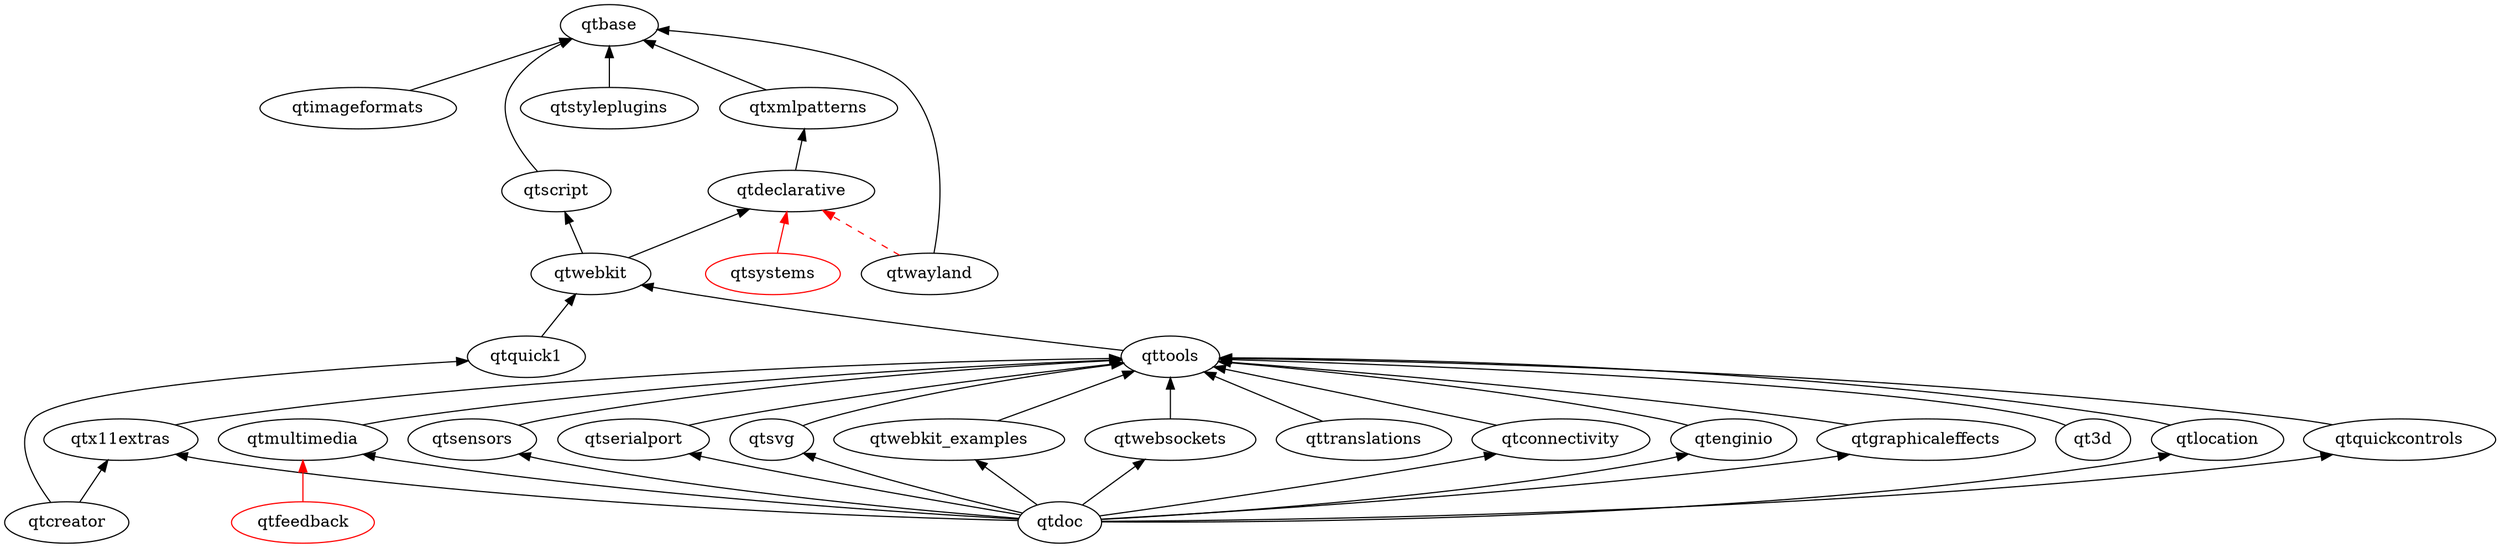
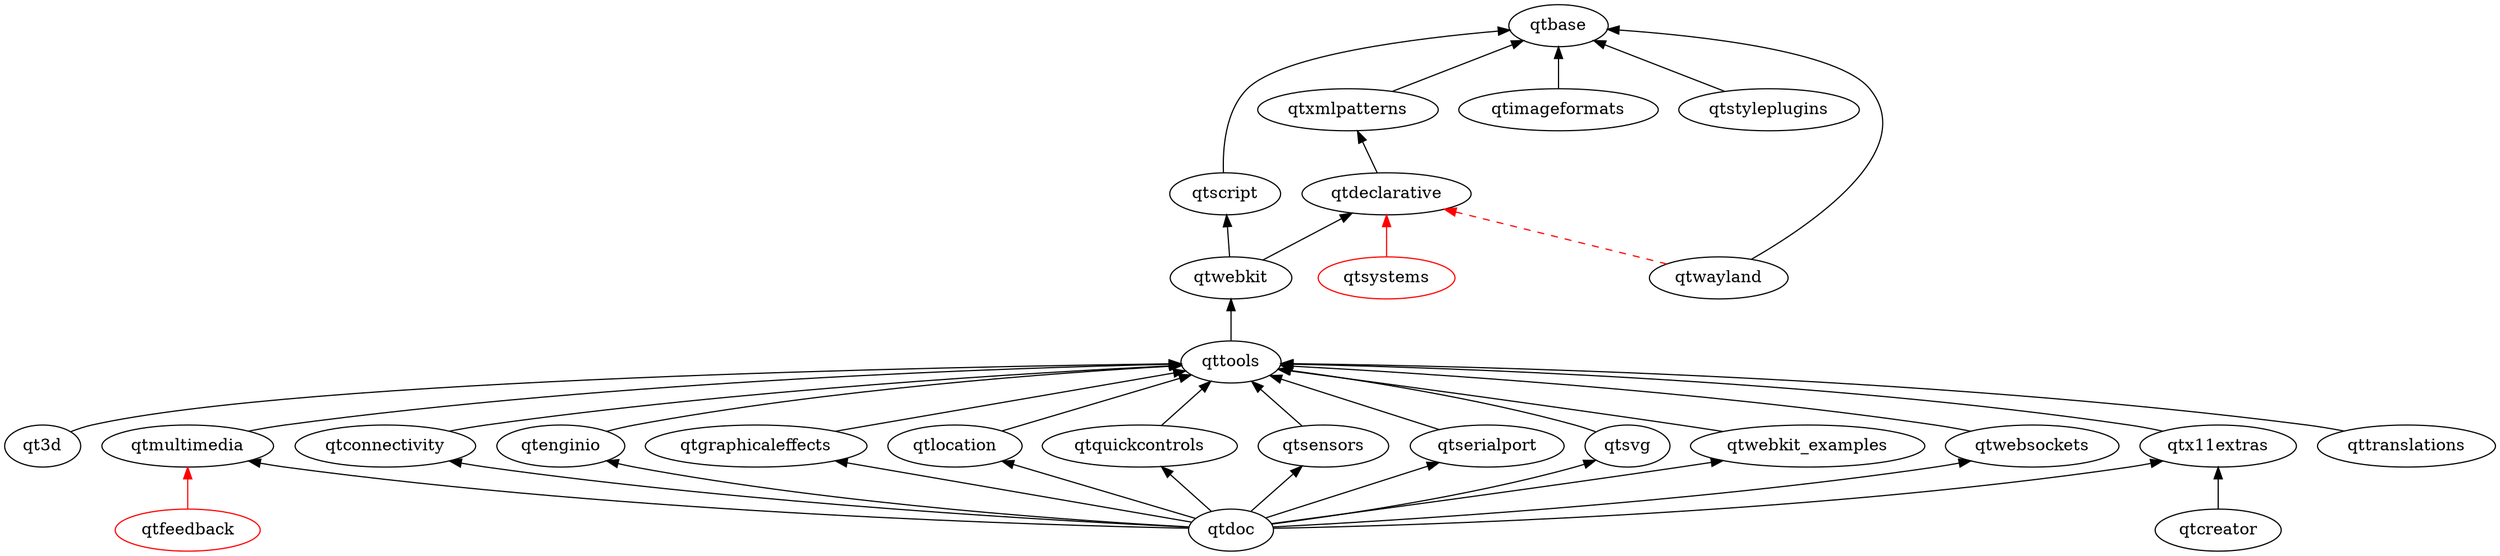
digraph qt5 {
  graph [
    rankdir = "BT"
  ]

  qt3d
  qtbase
  qtconnectivity
  qtcreator
  qtdeclarative
  qtdoc
  qtenginio
  qtfeedback [ color = red ]
  qtgraphicaleffects
  qtimageformats
  qtlocation
  qtmultimedia
-   qtquick1
  qtquickcontrols
  qtscript
  qtsensors
  qtserialport
  qtstyleplugins
  qtsvg
  qtsystems [ color = red ]
  qttools
  qttranslations
  qtwayland
  qtwebkit
  qtwebkit_examples
  qtwebsockets
  qtx11extras
  qtxmlpatterns

  qt3d -> qttools
  qtconnectivity -> qttools
  qtcreator -> qtx11extras
-   qtcreator -> qtquick1
  qtdeclarative -> qtxmlpatterns
  qtdoc -> qtgraphicaleffects
  qtdoc -> qtmultimedia
  qtdoc -> qtlocation
  qtdoc -> qtquickcontrols
  qtdoc -> qtsensors
  qtdoc -> qtserialport
  qtdoc -> qtsvg
  qtdoc -> qtx11extras
  qtdoc -> qtwebkit_examples
  qtdoc -> qtwebsockets
  qtdoc -> qtconnectivity
  qtdoc -> qtenginio
  qtenginio -> qttools
  qtgraphicaleffects -> qttools
  qtimageformats -> qtbase
  qtmultimedia -> qttools
-   qtquick1 -> qtwebkit
  qtquickcontrols -> qttools
  qtsensors -> qttools
  qtserialport -> qttools
  qtscript -> qtbase
  qtstyleplugins -> qtbase
  qtsvg -> qttools
  qttools -> qtwebkit
  qttranslations -> qttools
  qtwayland -> qtbase
  qtwebkit -> qtscript
  qtwebkit -> qtdeclarative
  qtwebkit_examples -> qttools
  qtwebsockets -> qttools
  qtx11extras -> qttools
  qtxmlpatterns -> qtbase
  qtlocation -> qttools

  // unsure/not-uploaded
  qtfeedback -> qtmultimedia [ color = red ]
  qtsystems -> qtdeclarative [ color = red ]
  qtwayland -> qtdeclarative [ color = red style = dashed ]
}
